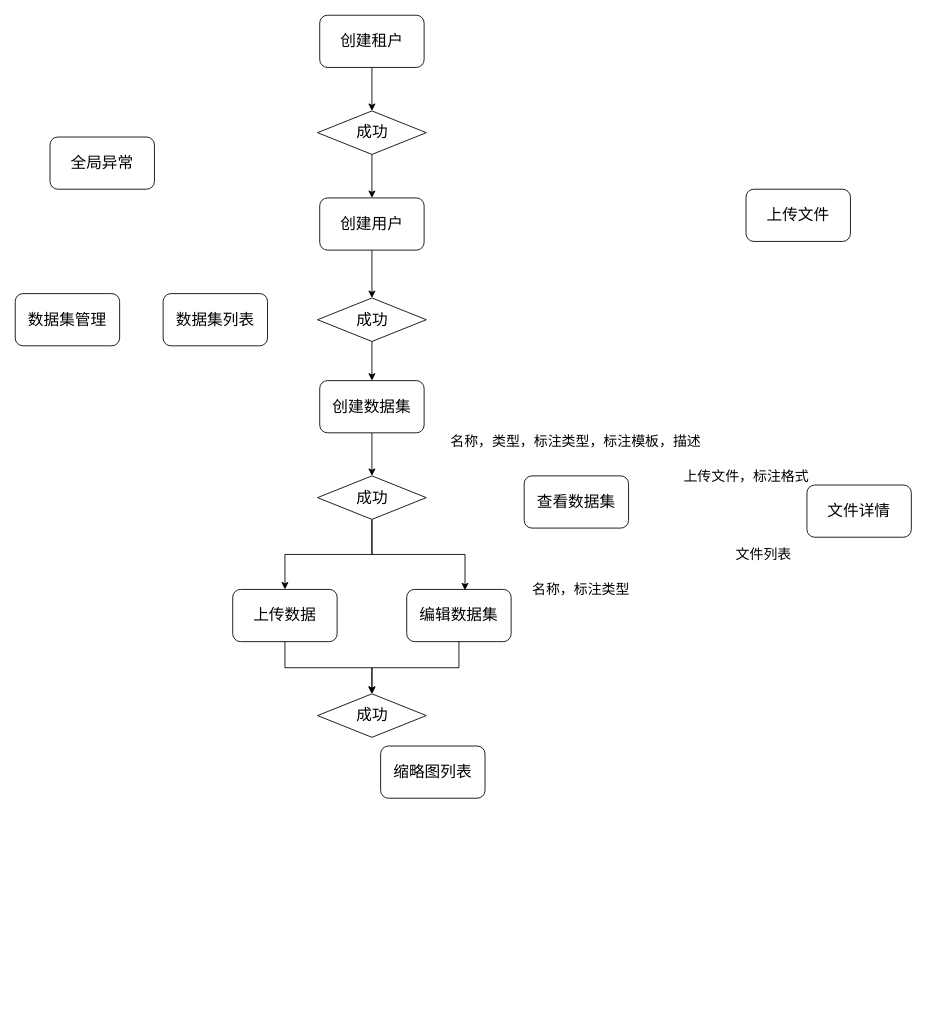
Above: page "Page-8" (8 of 8) of 未命名绘图.drawio in duanxr1112/files (draw.io), before the change. Source tidied: cells renumbered, new cells numbered last; positions are measured from the earlier drawing's top-left corner, leaving out a move shared by most shapes. Both pictures are drawn from the tidied source at 87%, with x=0, y=0 at pixel (15, 15).
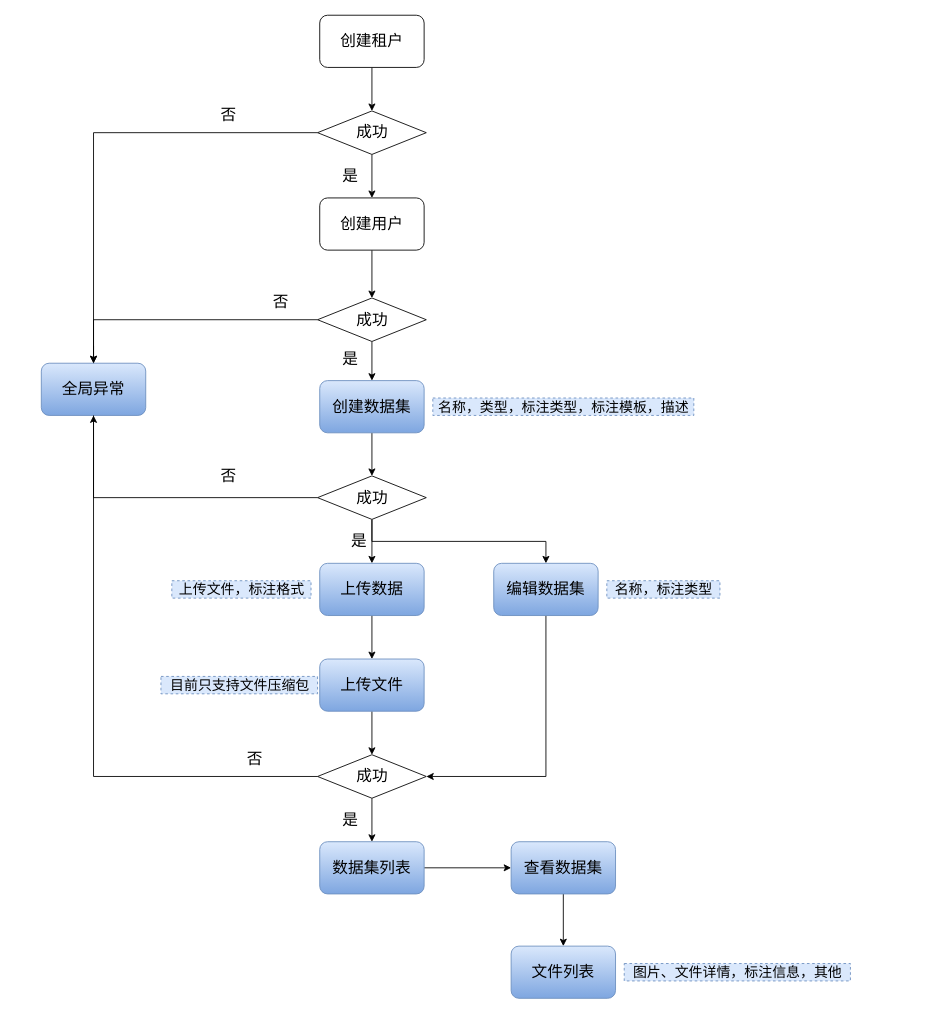
After the change.

Commit message:
数据集管理流程图.drawio

Unchanged cells that the change refers to:
```xml
<mxCell id="19" value="成功" style="rhombus;whiteSpace=wrap;html=1;fontSize=18;" parent="1" vertex="1">
  <mxGeometry x="347.5" y="110" width="125" height="50" as="geometry" />
</mxCell>
<mxCell id="22" value="成功" style="rhombus;whiteSpace=wrap;html=1;fontSize=18;" parent="1" vertex="1">
  <mxGeometry x="347.5" y="325" width="125" height="50" as="geometry" />
</mxCell>
<mxCell id="25" value="成功" style="rhombus;whiteSpace=wrap;html=1;fontSize=18;" parent="1" vertex="1">
  <mxGeometry x="347.5" y="529.5" width="125" height="50" as="geometry" />
</mxCell>
```

Change to the diagram source:
```diff
@@
-    <mxCell id="2" value="&lt;font style=&quot;font-size: 18px&quot;&gt;数据集管理&lt;/font&gt;" style="rounded=1;whiteSpace=wrap;html=1;" parent="1" vertex="1">
-      <mxGeometry y="320" width="120" height="60" as="geometry" />
-    </mxCell>
@@
-    <mxCell id="6" value="&lt;font style=&quot;font-size: 18px&quot;&gt;创建数据集&lt;/font&gt;" style="rounded=1;whiteSpace=wrap;html=1;" parent="1" vertex="1">
+    <mxCell id="6" value="&lt;font style=&quot;font-size: 18px&quot;&gt;创建数据集&lt;/font&gt;" style="rounded=1;whiteSpace=wrap;html=1;fillColor=#dae8fc;gradientColor=#7ea6e0;strokeColor=#6c8ebf;" parent="1" vertex="1">
       <mxGeometry x="350" y="420" width="120" height="60" as="geometry" />
     </mxCell>
@@
+    <mxCell id="31" style="edgeStyle=orthogonalEdgeStyle;rounded=0;jettySize=auto;html=1;entryX=0.5;entryY=0;entryDx=0;entryDy=0;fontSize=18;" parent="1" edge="1" source="9" target="26">
+      <mxGeometry relative="1" as="geometry" />
+    </mxCell>
-    <mxCell id="9" value="&lt;font style=&quot;font-size: 18px&quot;&gt;上传文件&lt;/font&gt;" style="rounded=1;whiteSpace=wrap;html=1;" parent="1" vertex="1">
-      <mxGeometry x="840" y="200" width="120" height="60" as="geometry" />
+    <mxCell id="9" value="&lt;font style=&quot;font-size: 18px&quot;&gt;上传文件&lt;/font&gt;" style="rounded=1;whiteSpace=wrap;html=1;fillColor=#dae8fc;gradientColor=#7ea6e0;strokeColor=#6c8ebf;" parent="1" vertex="1">
+      <mxGeometry x="350" y="740" width="120" height="60" as="geometry" />
     </mxCell>
+    <mxCell id="32" style="edgeStyle=orthogonalEdgeStyle;rounded=0;jettySize=auto;html=1;fontSize=18;" parent="1" edge="1" source="10" target="11">
+      <mxGeometry relative="1" as="geometry" />
+    </mxCell>
-    <mxCell id="10" value="&lt;font style=&quot;font-size: 18px&quot;&gt;数据集列表&lt;/font&gt;" style="rounded=1;whiteSpace=wrap;html=1;" parent="1" vertex="1">
-      <mxGeometry x="170" y="320" width="120" height="60" as="geometry" />
+    <mxCell id="10" value="&lt;font style=&quot;font-size: 18px&quot;&gt;数据集列表&lt;/font&gt;" style="rounded=1;whiteSpace=wrap;html=1;fillColor=#dae8fc;gradientColor=#7ea6e0;strokeColor=#6c8ebf;" parent="1" vertex="1">
+      <mxGeometry x="350" y="950" width="120" height="60" as="geometry" />
     </mxCell>
+    <mxCell id="33" style="edgeStyle=orthogonalEdgeStyle;rounded=0;jettySize=auto;html=1;fontSize=18;" parent="1" edge="1" source="11" target="16">
+      <mxGeometry relative="1" as="geometry" />
+    </mxCell>
-    <mxCell id="11" value="&lt;font style=&quot;font-size: 18px&quot;&gt;查看数据集&lt;/font&gt;" style="rounded=1;whiteSpace=wrap;html=1;" parent="1" vertex="1">
-      <mxGeometry x="585" y="529.5" width="120" height="60" as="geometry" />
+    <mxCell id="11" value="&lt;font style=&quot;font-size: 18px&quot;&gt;查看数据集&lt;/font&gt;" style="rounded=1;whiteSpace=wrap;html=1;fillColor=#dae8fc;gradientColor=#7ea6e0;strokeColor=#6c8ebf;" parent="1" vertex="1">
+      <mxGeometry x="570" y="950" width="120" height="60" as="geometry" />
     </mxCell>
-    <mxCell id="12" value="&lt;font style=&quot;font-size: 16px&quot;&gt;名称，标注类型&lt;/font&gt;" style="text;html=1;align=center;verticalAlign=middle;fillColor=none;strokeColor=none;rounded=0;" parent="1" vertex="1">
-      <mxGeometry x="585" y="650" width="130" height="20" as="geometry" />
+    <mxCell id="12" value="&lt;font style=&quot;font-size: 16px&quot;&gt;名称，标注类型&lt;/font&gt;" style="text;html=1;align=center;verticalAlign=middle;fillColor=#dae8fc;strokeColor=#6c8ebf;rounded=0;dashed=1;" parent="1" vertex="1">
+      <mxGeometry x="680" y="650" width="130" height="20" as="geometry" />
     </mxCell>
-    <mxCell id="13" value="&lt;font style=&quot;font-size: 16px&quot;&gt;名称，类型，标注类型，标注模板，描述&lt;/font&gt;" style="text;html=1;align=center;verticalAlign=middle;fillColor=none;strokeColor=none;rounded=0;" parent="1" vertex="1">
-      <mxGeometry x="494" y="480" width="300" height="20" as="geometry" />
+    <mxCell id="13" value="&lt;font style=&quot;font-size: 16px&quot;&gt;名称，类型，标注类型，标注模板，描述&lt;/font&gt;" style="text;html=1;align=center;verticalAlign=middle;fillColor=#dae8fc;strokeColor=#6c8ebf;rounded=0;dashed=1;" parent="1" vertex="1">
+      <mxGeometry x="480" y="440" width="300" height="20" as="geometry" />
     </mxCell>
-    <mxCell id="14" value="&lt;font style=&quot;font-size: 16px&quot;&gt;上传文件，标注格式&lt;/font&gt;" style="text;html=1;align=center;verticalAlign=middle;fillColor=none;strokeColor=none;rounded=0;" parent="1" vertex="1">
-      <mxGeometry x="760" y="520" width="160" height="20" as="geometry" />
+    <mxCell id="14" value="&lt;font style=&quot;font-size: 16px&quot;&gt;上传文件，标注格式&lt;/font&gt;" style="text;html=1;align=center;verticalAlign=middle;fillColor=#dae8fc;strokeColor=#6c8ebf;rounded=0;dashed=1;" parent="1" vertex="1">
+      <mxGeometry x="180" y="650" width="160" height="20" as="geometry" />
     </mxCell>
-    <mxCell id="15" value="&lt;span style=&quot;font-size: 16px&quot;&gt;文件列表&lt;/span&gt;" style="text;html=1;align=center;verticalAlign=middle;fillColor=none;strokeColor=none;rounded=0;" parent="1" vertex="1">
-      <mxGeometry x="820" y="610" width="80" height="20" as="geometry" />
-    </mxCell>
-    <mxCell id="16" value="&lt;span style=&quot;font-size: 18px&quot;&gt;缩略图列表&lt;/span&gt;" style="rounded=1;whiteSpace=wrap;html=1;" parent="1" vertex="1">
-      <mxGeometry x="420" y="840" width="120" height="60" as="geometry" />
+    <mxCell id="16" value="&lt;span style=&quot;font-size: 18px&quot;&gt;文件列表&lt;/span&gt;" style="rounded=1;whiteSpace=wrap;html=1;fillColor=#dae8fc;gradientColor=#7ea6e0;strokeColor=#6c8ebf;" parent="1" vertex="1">
+      <mxGeometry x="570" y="1070" width="120" height="60" as="geometry" />
     </mxCell>
-    <mxCell id="17" value="&lt;span style=&quot;font-size: 18px&quot;&gt;文件详情&lt;/span&gt;" style="rounded=1;whiteSpace=wrap;html=1;" parent="1" vertex="1">
-      <mxGeometry x="910" y="540" width="120" height="60" as="geometry" />
-    </mxCell>
@@
+    <mxCell id="34" style="edgeStyle=orthogonalEdgeStyle;rounded=0;jettySize=auto;html=1;entryX=0.5;entryY=0;entryDx=0;entryDy=0;fontSize=18;" parent="1" edge="1" source="19" target="20">
+      <mxGeometry relative="1" as="geometry" />
+    </mxCell>
@@
-    <mxCell id="20" value="&lt;span style=&quot;font-size: 18px&quot;&gt;全局异常&lt;/span&gt;" style="rounded=1;whiteSpace=wrap;html=1;" parent="1" vertex="1">
-      <mxGeometry x="40" y="140" width="120" height="60" as="geometry" />
-    </mxCell>
@@
+    <mxCell id="35" style="edgeStyle=orthogonalEdgeStyle;rounded=0;jettySize=auto;html=1;entryX=0.5;entryY=0;entryDx=0;entryDy=0;fontSize=18;" parent="1" edge="1" source="22" target="20">
+      <mxGeometry relative="1" as="geometry" />
+    </mxCell>
@@
-    <mxCell id="23" style="edgeStyle=orthogonalEdgeStyle;rounded=0;jettySize=auto;html=1;entryX=0.5;entryY=0;entryDx=0;entryDy=0;fontSize=18;" parent="1" edge="1" source="25" target="28">
+    <mxCell id="23" style="edgeStyle=orthogonalEdgeStyle;rounded=0;jettySize=auto;html=1;fontSize=18;" parent="1" edge="1" source="25" target="28">
       <mxGeometry relative="1" as="geometry" />
     </mxCell>
-    <mxCell id="24" style="edgeStyle=orthogonalEdgeStyle;rounded=0;jettySize=auto;html=1;entryX=0.558;entryY=0.017;entryDx=0;entryDy=0;entryPerimeter=0;fontSize=18;" parent="1" edge="1" source="25" target="30">
+    <mxCell id="24" style="edgeStyle=orthogonalEdgeStyle;rounded=0;jettySize=auto;html=1;entryX=0.5;entryY=0;entryDx=0;entryDy=0;fontSize=18;exitX=0.5;exitY=1;exitDx=0;exitDy=0;" parent="1" edge="1" source="25" target="30">
       <mxGeometry relative="1" as="geometry" />
     </mxCell>
+    <mxCell id="36" style="edgeStyle=orthogonalEdgeStyle;rounded=0;jettySize=auto;html=1;entryX=0.5;entryY=1;entryDx=0;entryDy=0;fontSize=18;" parent="1" edge="1" source="25" target="20">
+      <mxGeometry relative="1" as="geometry" />
+    </mxCell>
@@
+    <mxCell id="37" style="edgeStyle=orthogonalEdgeStyle;rounded=0;jettySize=auto;html=1;fontSize=18;" parent="1" edge="1" source="26">
+      <mxGeometry relative="1" as="geometry">
+        <mxPoint x="410" y="950" as="targetPoint" />
+      </mxGeometry>
+    </mxCell>
+    <mxCell id="38" style="edgeStyle=orthogonalEdgeStyle;rounded=0;jettySize=auto;html=1;fontSize=18;startArrow=none;" parent="1" edge="1" source="20">
+      <mxGeometry relative="1" as="geometry">
+        <mxPoint x="90" y="415.4" as="targetPoint" />
+      </mxGeometry>
+    </mxCell>
     <mxCell id="26" value="成功" style="rhombus;whiteSpace=wrap;html=1;fontSize=18;" parent="1" vertex="1">
-      <mxGeometry x="347.5" y="780" width="125" height="50" as="geometry" />
+      <mxGeometry x="347.5" y="850" width="125" height="50" as="geometry" />
     </mxCell>
-    <mxCell id="27" style="edgeStyle=orthogonalEdgeStyle;rounded=0;jettySize=auto;html=1;entryX=0.5;entryY=0;entryDx=0;entryDy=0;fontSize=18;" parent="1" edge="1" source="28" target="26">
-      <mxGeometry relative="1" as="geometry" />
-    </mxCell>
+    <mxCell id="39" style="edgeStyle=orthogonalEdgeStyle;rounded=0;jettySize=auto;html=1;fontSize=18;" parent="1" edge="1" source="28" target="9">
+      <mxGeometry relative="1" as="geometry" />
+    </mxCell>
-    <mxCell id="28" value="&lt;font style=&quot;font-size: 18px&quot;&gt;上传数据&lt;/font&gt;" style="rounded=1;whiteSpace=wrap;html=1;" parent="1" vertex="1">
-      <mxGeometry x="250" y="660" width="120" height="60" as="geometry" />
+    <mxCell id="28" value="&lt;font style=&quot;font-size: 18px&quot;&gt;上传数据&lt;/font&gt;" style="rounded=1;whiteSpace=wrap;html=1;fillColor=#dae8fc;gradientColor=#7ea6e0;strokeColor=#6c8ebf;" parent="1" vertex="1">
+      <mxGeometry x="350" y="630" width="120" height="60" as="geometry" />
     </mxCell>
-    <mxCell id="29" style="edgeStyle=orthogonalEdgeStyle;rounded=0;jettySize=auto;html=1;entryX=0.5;entryY=0;entryDx=0;entryDy=0;fontSize=18;" parent="1" edge="1" source="30" target="26">
+    <mxCell id="29" style="edgeStyle=orthogonalEdgeStyle;rounded=0;jettySize=auto;html=1;entryX=1;entryY=0.5;entryDx=0;entryDy=0;fontSize=18;exitX=0.5;exitY=1;exitDx=0;exitDy=0;" parent="1" edge="1" source="30" target="26">
       <mxGeometry relative="1" as="geometry" />
     </mxCell>
-    <mxCell id="30" value="&lt;font style=&quot;font-size: 18px&quot;&gt;编辑数据集&lt;/font&gt;" style="rounded=1;whiteSpace=wrap;html=1;" parent="1" vertex="1">
-      <mxGeometry x="450" y="660" width="120" height="60" as="geometry" />
+    <mxCell id="30" value="&lt;font style=&quot;font-size: 18px&quot;&gt;编辑数据集&lt;/font&gt;" style="rounded=1;whiteSpace=wrap;html=1;fillColor=#dae8fc;gradientColor=#7ea6e0;strokeColor=#6c8ebf;" parent="1" vertex="1">
+      <mxGeometry x="550" y="630" width="120" height="60" as="geometry" />
     </mxCell>
+    <mxCell id="40" value="是" style="text;html=1;align=center;verticalAlign=middle;fillColor=none;strokeColor=none;rounded=0;fontSize=18;" parent="1" vertex="1">
+      <mxGeometry x="370" y="170" width="30" height="30" as="geometry" />
+    </mxCell>
+    <mxCell id="41" value="否" style="text;html=1;align=center;verticalAlign=middle;fillColor=none;strokeColor=none;rounded=0;fontSize=18;" parent="1" vertex="1">
+      <mxGeometry x="230" y="100" width="30" height="30" as="geometry" />
+    </mxCell>
+    <mxCell id="42" value="是" style="text;html=1;align=center;verticalAlign=middle;fillColor=none;strokeColor=none;rounded=0;fontSize=18;" parent="1" vertex="1">
+      <mxGeometry x="370" y="380" width="30" height="30" as="geometry" />
+    </mxCell>
+    <mxCell id="43" value="是" style="text;html=1;align=center;verticalAlign=middle;fillColor=none;strokeColor=none;rounded=0;fontSize=18;" parent="1" vertex="1">
+      <mxGeometry x="380" y="590" width="30" height="30" as="geometry" />
+    </mxCell>
+    <mxCell id="44" value="&lt;font style=&quot;font-size: 16px&quot;&gt;图片、文件详情，标注信息，其他&lt;/font&gt;" style="text;html=1;align=center;verticalAlign=middle;fillColor=#dae8fc;strokeColor=#6c8ebf;rounded=0;dashed=1;" parent="1" vertex="1">
+      <mxGeometry x="700" y="1090" width="260" height="20" as="geometry" />
+    </mxCell>
+    <mxCell id="45" value="是" style="text;html=1;align=center;verticalAlign=middle;fillColor=none;strokeColor=none;rounded=0;fontSize=18;" parent="1" vertex="1">
+      <mxGeometry x="370" y="910" width="30" height="30" as="geometry" />
+    </mxCell>
+    <mxCell id="46" value="否" style="text;html=1;align=center;verticalAlign=middle;fillColor=none;strokeColor=none;rounded=0;fontSize=18;" parent="1" vertex="1">
+      <mxGeometry x="290" y="315" width="30" height="30" as="geometry" />
+    </mxCell>
+    <mxCell id="47" value="否" style="text;html=1;align=center;verticalAlign=middle;fillColor=none;strokeColor=none;rounded=0;fontSize=18;" parent="1" vertex="1">
+      <mxGeometry x="230" y="515" width="30" height="30" as="geometry" />
+    </mxCell>
+    <mxCell id="48" value="否" style="text;html=1;align=center;verticalAlign=middle;fillColor=none;strokeColor=none;rounded=0;fontSize=18;" parent="1" vertex="1">
+      <mxGeometry x="260" y="840" width="30" height="30" as="geometry" />
+    </mxCell>
+    <mxCell id="20" value="&lt;span style=&quot;font-size: 18px&quot;&gt;全局异常&lt;/span&gt;" style="rounded=1;whiteSpace=wrap;html=1;fillColor=#dae8fc;strokeColor=#6c8ebf;gradientColor=#7ea6e0;" parent="1" vertex="1">
+      <mxGeometry x="30" y="400" width="120" height="60" as="geometry" />
+    </mxCell>
+    <mxCell id="49" style="edgeStyle=orthogonalEdgeStyle;rounded=0;jettySize=auto;html=1;fontSize=18;endArrow=none;" parent="1" edge="1" source="26" target="20">
+      <mxGeometry relative="1" as="geometry" />
+    </mxCell>
+    <mxCell id="50" value="&lt;span style=&quot;font-size: 16px&quot;&gt;目前只支持文件压缩包&lt;/span&gt;" style="text;html=1;align=center;verticalAlign=middle;fillColor=#dae8fc;strokeColor=#6c8ebf;rounded=0;dashed=1;" parent="1" vertex="1">
+      <mxGeometry x="167.5" y="760" width="180" height="20" as="geometry" />
+    </mxCell>
```
